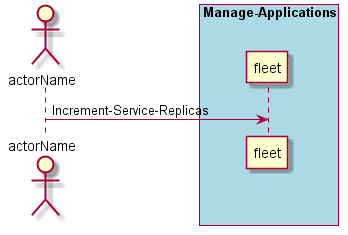
This is docs/UseCases/Manage-Applications/Increment-Service-Replicas.png from CAADE/fleet, a PlantUML export, as it was before one commit.
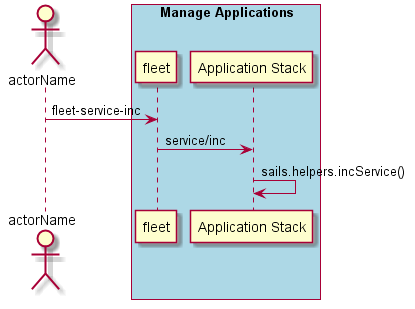
After the commit.

The edit, as a diff of the source:
```diff
@@ -1,9 +1,12 @@
 @startuml
 Actor "actorName" as A
 
-box "Manage-Applications" #lightblue
+box "Manage Applications" #lightblue
 participant "fleet" as S
-A -> S : Increment-Service-Replicas
+A -> S : fleet-service-inc
+participant "Application Stack" as AS
+S -> AS : service/inc
+AS -> AS : sails.helpers.incService()
 end box
 
 @enduml
```
